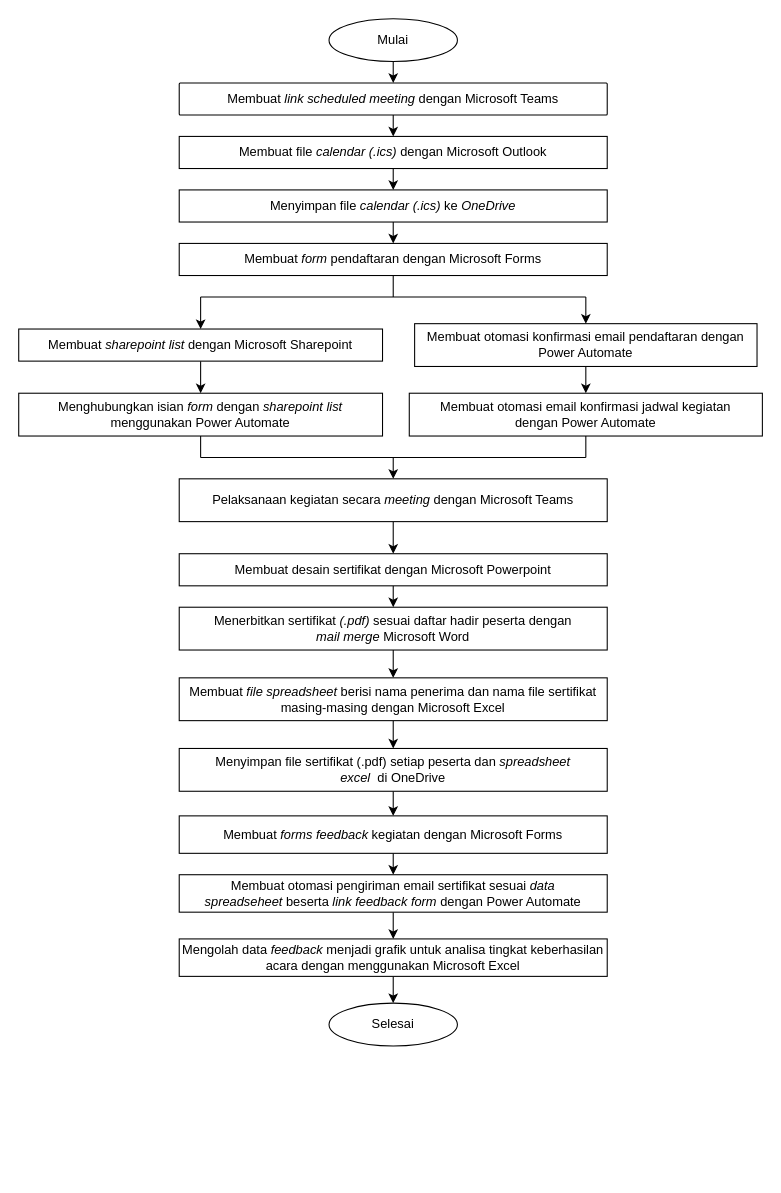
Earlier version of the draw.io diagram Flowchart Capstone.drawio (kairamilanifitria/Capstone-Project). Source tidied: cells renumbered, new cells numbered last; positions are measured from the earlier drawing's top-left corner, leaving out a move shared by most shapes. Both pictures are drawn from the tidied source at 107%, with x=0, y=0 at pixel (18, 18).
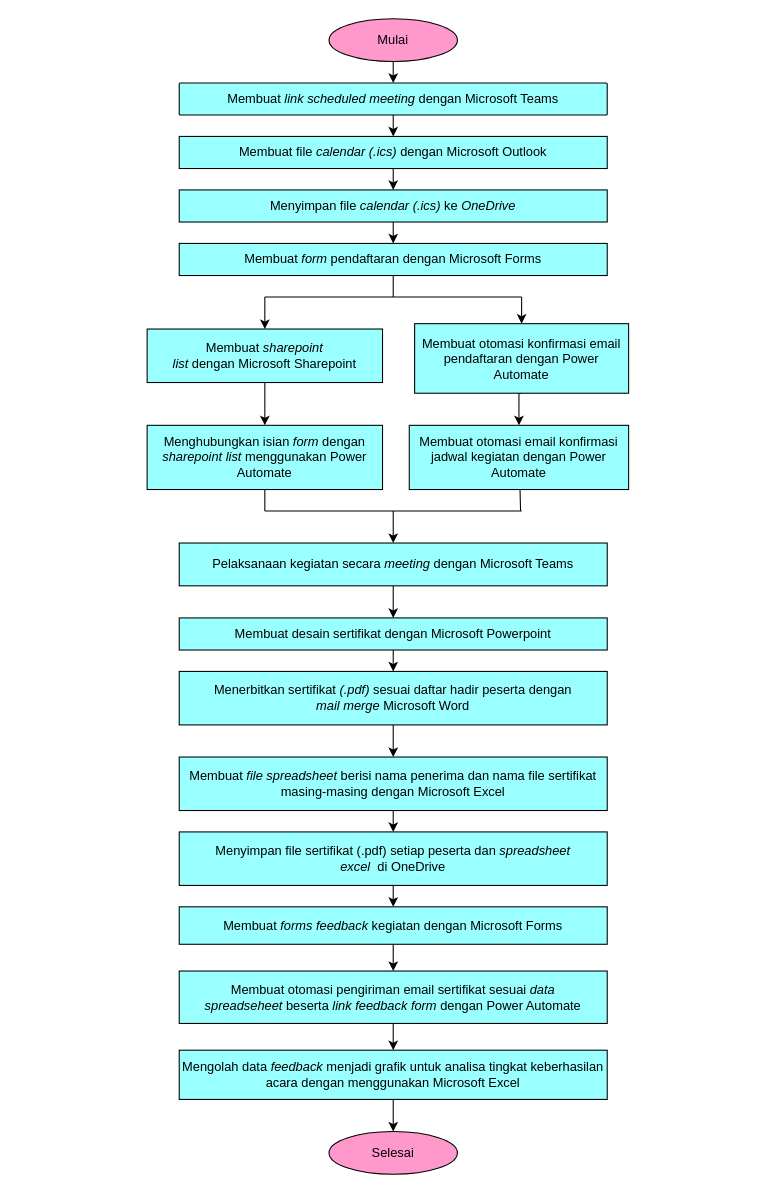
Above is the later version.

What changed in the source:
```diff
@@
-    <mxCell id="3" value="Membuat file &lt;i&gt;calendar (.ics)&lt;/i&gt; dengan Microsoft Outlook" style="rounded=1;whiteSpace=wrap;html=1;fontSize=12;glass=0;strokeWidth=1;shadow=0;arcSize=0;" parent="1" vertex="1">
+    <mxCell id="3" value="Membuat file &lt;i&gt;calendar (.ics)&lt;/i&gt; dengan Microsoft Outlook" style="rounded=1;whiteSpace=wrap;html=1;fontSize=12;glass=0;strokeWidth=1;shadow=0;arcSize=0;fillColor=#99FFFF;" parent="1" vertex="1">
       <mxGeometry x="150" y="110" width="400" height="30" as="geometry" />
     </mxCell>
@@
-    <mxCell id="5" value="Mulai" style="ellipse;whiteSpace=wrap;html=1;" parent="1" vertex="1">
+    <mxCell id="5" value="Mulai" style="ellipse;whiteSpace=wrap;html=1;fillColor=#FF99CC;" parent="1" vertex="1">
       <mxGeometry x="290" width="120" height="40" as="geometry" />
     </mxCell>
@@
-    <mxCell id="7" value="Membuat&amp;nbsp;&lt;i&gt;link&amp;nbsp;scheduled meeting&lt;/i&gt; dengan&amp;nbsp;Microsoft Teams" style="whiteSpace=wrap;html=1;rounded=1;glass=0;strokeWidth=1;shadow=0;arcSize=3;" parent="1" vertex="1">
+    <mxCell id="7" value="Membuat&amp;nbsp;&lt;i&gt;link&amp;nbsp;scheduled meeting&lt;/i&gt; dengan&amp;nbsp;Microsoft Teams" style="whiteSpace=wrap;html=1;rounded=1;glass=0;strokeWidth=1;shadow=0;arcSize=3;fillColor=#99FFFF;" parent="1" vertex="1">
       <mxGeometry x="150" y="60" width="400" height="30" as="geometry" />
     </mxCell>
-    <mxCell id="8" value="Membuat &lt;i&gt;form &lt;/i&gt;pendaftaran dengan Microsoft Forms" style="rounded=0;whiteSpace=wrap;html=1;" parent="1" vertex="1">
+    <mxCell id="8" value="Membuat &lt;i&gt;form &lt;/i&gt;pendaftaran dengan Microsoft Forms" style="rounded=0;whiteSpace=wrap;html=1;fillColor=#99FFFF;" parent="1" vertex="1">
       <mxGeometry x="150" y="210" width="400" height="30" as="geometry" />
     </mxCell>
@@
-    <mxCell id="10" value="Membuat&amp;nbsp;&lt;i&gt;sharepoint list&amp;nbsp;&lt;/i&gt;dengan&amp;nbsp;Microsoft Sharepoint" style="rounded=0;whiteSpace=wrap;html=1;" parent="1" vertex="1">
-      <mxGeometry y="290" width="340" height="30" as="geometry" />
+    <mxCell id="10" value="Membuat&amp;nbsp;&lt;i&gt;sharepoint list&amp;nbsp;&lt;/i&gt;dengan&amp;nbsp;Microsoft Sharepoint" style="rounded=0;whiteSpace=wrap;html=1;fillColor=#99FFFF;" parent="1" vertex="1">
+      <mxGeometry x="120" y="290" width="220" height="50" as="geometry" />
     </mxCell>
-    <mxCell id="11" value="Menghubungkan isian &lt;i&gt;form &lt;/i&gt;dengan &lt;i&gt;sharepoint list &lt;/i&gt;menggunakan Power Automate" style="rounded=0;whiteSpace=wrap;html=1;" parent="1" vertex="1">
-      <mxGeometry y="350" width="340" height="40" as="geometry" />
+    <mxCell id="11" value="Menghubungkan isian &lt;i&gt;form &lt;/i&gt;dengan &lt;i&gt;sharepoint list &lt;/i&gt;menggunakan Power Automate" style="rounded=0;whiteSpace=wrap;html=1;fillColor=#99FFFF;" parent="1" vertex="1">
+      <mxGeometry x="120" y="380" width="220" height="60" as="geometry" />
     </mxCell>
@@
-    <mxCell id="13" value="Menyimpan file &lt;i&gt;calendar (.ics) &lt;/i&gt;ke &lt;i&gt;OneDrive&lt;/i&gt;" style="rounded=0;whiteSpace=wrap;html=1;" parent="1" vertex="1">
+    <mxCell id="13" value="Menyimpan file &lt;i&gt;calendar (.ics) &lt;/i&gt;ke &lt;i&gt;OneDrive&lt;/i&gt;" style="rounded=0;whiteSpace=wrap;html=1;fillColor=#99FFFF;" parent="1" vertex="1">
       <mxGeometry x="150" y="160" width="400" height="30" as="geometry" />
     </mxCell>
@@
-    <mxCell id="15" value="Membuat otomasi konfirmasi email pendaftaran dengan Power Automate" style="rounded=0;whiteSpace=wrap;html=1;" parent="1" vertex="1">
-      <mxGeometry x="370" y="285" width="320" height="40" as="geometry" />
+    <mxCell id="15" value="Membuat otomasi konfirmasi email pendaftaran dengan Power Automate" style="rounded=0;whiteSpace=wrap;html=1;fillColor=#99FFFF;" parent="1" vertex="1">
+      <mxGeometry x="370" y="285" width="200" height="65" as="geometry" />
     </mxCell>
-    <mxCell id="16" value="Membuat otomasi email konfirmasi jadwal kegiatan dengan&amp;nbsp;Power Automate" style="rounded=0;whiteSpace=wrap;html=1;" parent="1" vertex="1">
-      <mxGeometry x="365" y="350" width="330" height="40" as="geometry" />
+    <mxCell id="16" value="Membuat otomasi email konfirmasi jadwal kegiatan dengan&amp;nbsp;Power Automate" style="rounded=0;whiteSpace=wrap;html=1;fillColor=#99FFFF;" parent="1" vertex="1">
+      <mxGeometry x="365" y="380" width="205" height="60" as="geometry" />
     </mxCell>
@@
-    <mxCell id="18" value="Pelaksanaan kegiatan secara &lt;i&gt;meeting&lt;/i&gt; dengan Microsoft Teams" style="rounded=0;whiteSpace=wrap;html=1;" parent="1" vertex="1">
-      <mxGeometry x="150" y="430" width="400" height="40" as="geometry" />
+    <mxCell id="18" value="Pelaksanaan kegiatan secara &lt;i&gt;meeting&lt;/i&gt; dengan Microsoft Teams" style="rounded=0;whiteSpace=wrap;html=1;fillColor=#99FFFF;" parent="1" vertex="1">
+      <mxGeometry x="150" y="490" width="400" height="40" as="geometry" />
     </mxCell>
@@
-    <mxCell id="20" value="Menerbitkan sertifikat &lt;i&gt;(.pdf) &lt;/i&gt;sesuai daftar hadir peserta dengan &lt;br&gt;&lt;i&gt;mail merge &lt;/i&gt;Microsoft Word" style="rounded=0;whiteSpace=wrap;html=1;" parent="1" vertex="1">
-      <mxGeometry x="150" y="550" width="400" height="40" as="geometry" />
+    <mxCell id="20" value="Menerbitkan sertifikat &lt;i&gt;(.pdf) &lt;/i&gt;sesuai daftar hadir peserta dengan &lt;br&gt;&lt;i&gt;mail merge &lt;/i&gt;Microsoft Word" style="rounded=0;whiteSpace=wrap;html=1;fillColor=#99FFFF;" parent="1" vertex="1">
+      <mxGeometry x="150" y="610" width="400" height="50" as="geometry" />
     </mxCell>
@@
-    <mxCell id="22" value="Membuat desain sertifikat dengan&lt;i&gt;&amp;nbsp;&lt;/i&gt;Microsoft Powerpoint" style="rounded=0;whiteSpace=wrap;html=1;" parent="1" vertex="1">
-      <mxGeometry x="150" y="500" width="400" height="30" as="geometry" />
+    <mxCell id="22" value="Membuat desain sertifikat dengan&lt;i&gt;&amp;nbsp;&lt;/i&gt;Microsoft Powerpoint" style="rounded=0;whiteSpace=wrap;html=1;fillColor=#99FFFF;" parent="1" vertex="1">
+      <mxGeometry x="150" y="560" width="400" height="30" as="geometry" />
     </mxCell>
@@
-    <mxCell id="24" value="Membuat&amp;nbsp;&lt;i&gt;file spreadsheet&lt;/i&gt;&amp;nbsp;berisi nama penerima dan nama file sertifikat masing-masing dengan&amp;nbsp;Microsoft Excel" style="rounded=0;whiteSpace=wrap;html=1;" parent="1" vertex="1">
-      <mxGeometry x="150" y="616" width="400" height="40" as="geometry" />
+    <mxCell id="24" value="Membuat&amp;nbsp;&lt;i&gt;file spreadsheet&lt;/i&gt;&amp;nbsp;berisi nama penerima dan nama file sertifikat masing-masing dengan&amp;nbsp;Microsoft Excel" style="rounded=0;whiteSpace=wrap;html=1;fillColor=#99FFFF;" parent="1" vertex="1">
+      <mxGeometry x="150" y="690" width="400" height="50" as="geometry" />
     </mxCell>
@@
-    <mxCell id="26" value="Menyimpan file sertifikat (.pdf) setiap peserta dan &lt;i&gt;spreadsheet excel&amp;nbsp;&lt;/i&gt;&amp;nbsp;di&lt;i&gt;&amp;nbsp;&lt;/i&gt;OneDrive" style="rounded=0;whiteSpace=wrap;html=1;" parent="1" vertex="1">
-      <mxGeometry x="150" y="682" width="400" height="40" as="geometry" />
+    <mxCell id="26" value="Menyimpan file sertifikat (.pdf) setiap peserta dan &lt;i&gt;spreadsheet excel&amp;nbsp;&lt;/i&gt;&amp;nbsp;di&lt;i&gt;&amp;nbsp;&lt;/i&gt;OneDrive" style="rounded=0;whiteSpace=wrap;html=1;fillColor=#99FFFF;" parent="1" vertex="1">
+      <mxGeometry x="150" y="760" width="400" height="50" as="geometry" />
     </mxCell>
@@
-    <mxCell id="28" value="Membuat &lt;i&gt;forms feedback &lt;/i&gt;kegiatan dengan Microsoft Forms" style="rounded=0;whiteSpace=wrap;html=1;" parent="1" vertex="1">
-      <mxGeometry x="150" y="745" width="400" height="35" as="geometry" />
+    <mxCell id="28" value="Membuat &lt;i&gt;forms feedback &lt;/i&gt;kegiatan dengan Microsoft Forms" style="rounded=0;whiteSpace=wrap;html=1;fillColor=#99FFFF;" parent="1" vertex="1">
+      <mxGeometry x="150" y="830" width="400" height="35" as="geometry" />
     </mxCell>
@@
-    <mxCell id="30" value="Membuat otomasi pengiriman email sertifikat sesuai &lt;i&gt;data spreadseheet&amp;nbsp;&lt;/i&gt;beserta &lt;i&gt;link feedback form &lt;/i&gt;dengan Power Automate" style="rounded=0;whiteSpace=wrap;html=1;" parent="1" vertex="1">
-      <mxGeometry x="150" y="800" width="400" height="35" as="geometry" />
+    <mxCell id="30" value="Membuat otomasi pengiriman email sertifikat sesuai &lt;i&gt;data spreadseheet&amp;nbsp;&lt;/i&gt;beserta &lt;i&gt;link feedback form &lt;/i&gt;dengan Power Automate" style="rounded=0;whiteSpace=wrap;html=1;fillColor=#99FFFF;" parent="1" vertex="1">
+      <mxGeometry x="150" y="890" width="400" height="49" as="geometry" />
     </mxCell>
@@
-    <mxCell id="32" value="Mengolah data &lt;i&gt;feedback &lt;/i&gt;menjadi grafik untuk analisa tingkat keberhasilan acara dengan menggunakan Microsoft Excel" style="rounded=0;whiteSpace=wrap;html=1;" parent="1" vertex="1">
-      <mxGeometry x="150" y="860" width="400" height="35" as="geometry" />
+    <mxCell id="32" value="Mengolah data &lt;i&gt;feedback &lt;/i&gt;menjadi grafik untuk analisa tingkat keberhasilan acara dengan menggunakan Microsoft Excel" style="rounded=0;whiteSpace=wrap;html=1;fillColor=#99FFFF;" parent="1" vertex="1">
+      <mxGeometry x="150" y="964" width="400" height="46" as="geometry" />
     </mxCell>
-    <mxCell id="33" value="Selesai" style="ellipse;whiteSpace=wrap;html=1;" parent="1" vertex="1">
-      <mxGeometry x="290" y="920" width="120" height="40" as="geometry" />
+    <mxCell id="33" value="Selesai" style="ellipse;whiteSpace=wrap;html=1;fillColor=#FF99CC;" parent="1" vertex="1">
+      <mxGeometry x="290" y="1040" width="120" height="40" as="geometry" />
     </mxCell>
     <mxCell id="34" style="endArrow=none;html=1;rounded=0;" parent="1" edge="1">
       <mxGeometry relative="1" as="geometry">
-        <mxPoint x="170" y="260" as="sourcePoint" />
-        <mxPoint x="530" y="260" as="targetPoint" />
+        <mxPoint x="230" y="260" as="sourcePoint" />
+        <mxPoint x="470" y="260" as="targetPoint" />
       </mxGeometry>
     </mxCell>
@@
     <mxCell id="36" style="endArrow=classic;html=1;rounded=0;entryX=0.5;entryY=0;entryDx=0;entryDy=0;" parent="1" edge="1" target="10">
       <mxGeometry relative="1" as="geometry">
-        <mxPoint x="170" y="260" as="sourcePoint" />
+        <mxPoint x="230" y="260" as="sourcePoint" />
       </mxGeometry>
     </mxCell>
     <mxCell id="37" style="endArrow=classic;html=1;rounded=0;entryX=0.5;entryY=0;entryDx=0;entryDy=0;" parent="1" edge="1" target="15">
       <mxGeometry relative="1" as="geometry">
-        <mxPoint x="530" y="260" as="sourcePoint" />
+        <mxPoint x="470" y="260" as="sourcePoint" />
       </mxGeometry>
     </mxCell>
     <mxCell id="38" style="endArrow=none;html=1;rounded=0;" parent="1" edge="1">
       <mxGeometry relative="1" as="geometry">
-        <mxPoint x="170" y="410" as="sourcePoint" />
-        <mxPoint x="530" y="410" as="targetPoint" />
+        <mxPoint x="230" y="460" as="sourcePoint" />
+        <mxPoint x="470" y="460" as="targetPoint" />
       </mxGeometry>
     </mxCell>
     <mxCell id="39" style="endArrow=classic;html=1;rounded=0;entryX=0.5;entryY=0;entryDx=0;entryDy=0;" parent="1" edge="1" target="18">
       <mxGeometry relative="1" as="geometry">
-        <mxPoint x="350" y="410" as="sourcePoint" />
+        <mxPoint x="350" y="460" as="sourcePoint" />
       </mxGeometry>
     </mxCell>
     <mxCell id="40" style="endArrow=none;html=1;rounded=0;entryX=0.5;entryY=1;entryDx=0;entryDy=0;" parent="1" edge="1" target="11">
       <mxGeometry relative="1" as="geometry">
-        <mxPoint x="170" y="410" as="sourcePoint" />
+        <mxPoint x="230" y="460" as="sourcePoint" />
       </mxGeometry>
     </mxCell>
-    <mxCell id="41" style="endArrow=none;html=1;rounded=0;entryX=0.5;entryY=1;entryDx=0;entryDy=0;" parent="1" edge="1" target="16">
+    <mxCell id="41" style="endArrow=none;html=1;rounded=0;entryX=0.5;entryY=1;entryDx=0;entryDy=0;" parent="1" edge="1">
       <mxGeometry relative="1" as="geometry">
-        <mxPoint x="530" y="410" as="sourcePoint" />
+        <mxPoint x="469" y="460" as="sourcePoint" />
+        <mxPoint x="468.5" y="440" as="targetPoint" />
       </mxGeometry>
     </mxCell>
```
